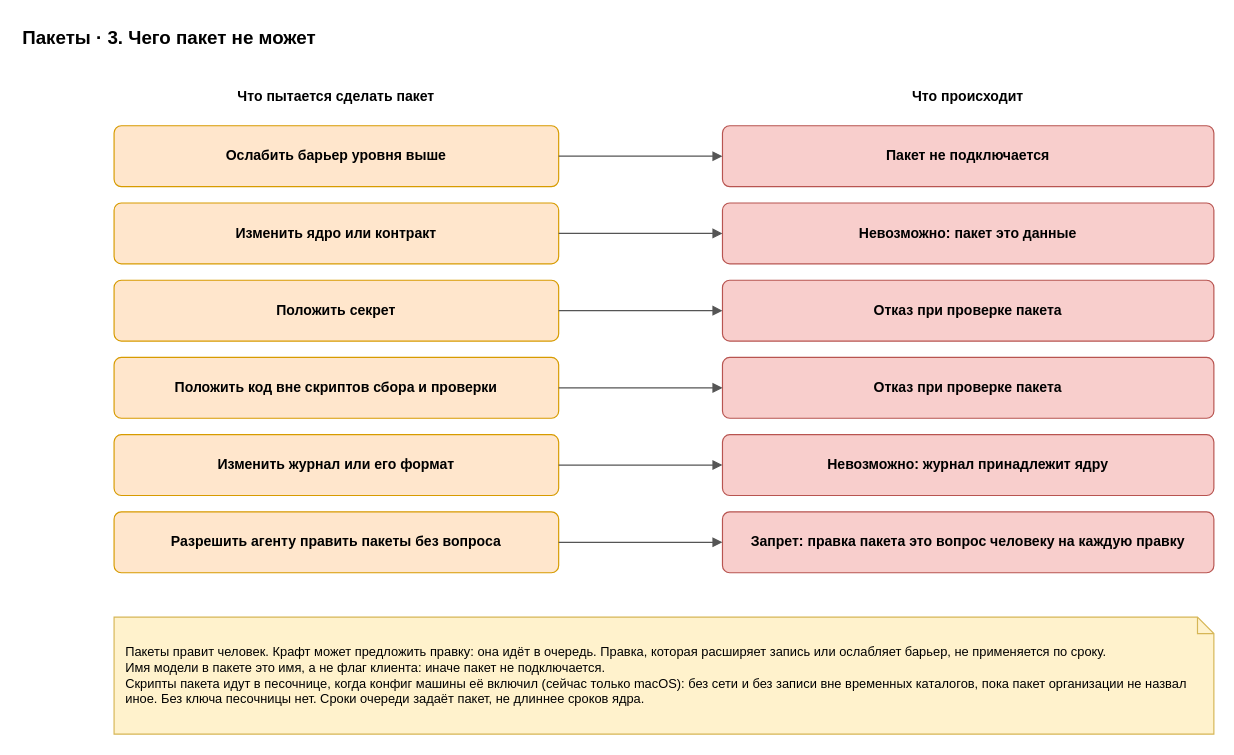
The draw.io diagram page "3. Границы" (3 of 5) of docs/spec/harness-packs.drawio in roygkov/reins, before the edit. Source tidied: cells renumbered, new cells numbered last; positions are measured from the earlier drawing's top-left corner, leaving out a move shared by most shapes. Both pictures are drawn from the tidied source at 117%, with x=0, y=0 at pixel (20, 20).
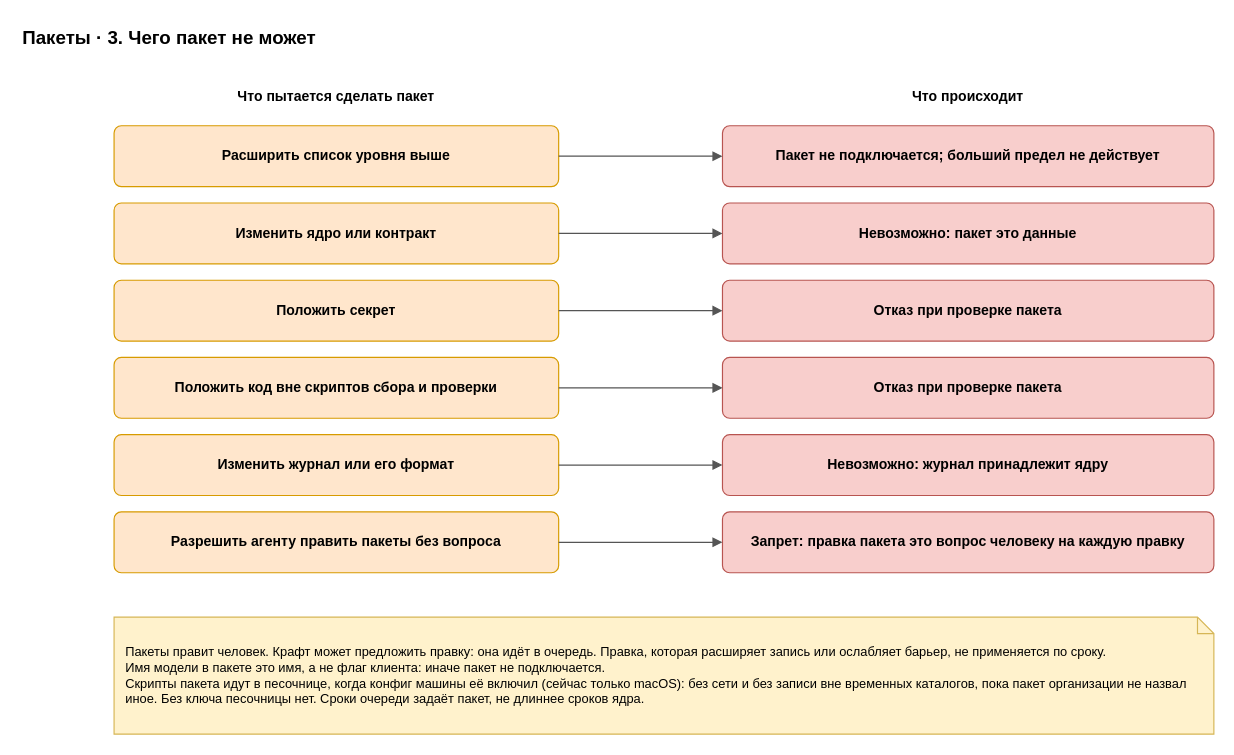
The same page after the edit.

What changed in the source:
```diff
@@
-    <mxCell id="5" value="&lt;b&gt;Ослабить барьер уровня выше&lt;/b&gt;" style="rounded=1;whiteSpace=wrap;html=1;fillColor=#ffe6cc;strokeColor=#d79b00;arcSize=12;" parent="1" vertex="1">
+    <mxCell id="5" value="&lt;b&gt;Расширить список уровня выше&lt;/b&gt;" style="rounded=1;whiteSpace=wrap;html=1;fillColor=#ffe6cc;strokeColor=#d79b00;arcSize=12;" parent="1" vertex="1">
       <mxGeometry x="80" y="90" width="380" height="52" as="geometry" />
     </mxCell>
-    <mxCell id="6" value="&lt;b&gt;Пакет не подключается&lt;/b&gt;" style="rounded=1;whiteSpace=wrap;html=1;fillColor=#f8cecc;strokeColor=#b85450;arcSize=12;" parent="1" vertex="1">
+    <mxCell id="6" value="&lt;b&gt;Пакет не подключается; больший предел не действует&lt;/b&gt;" style="rounded=1;whiteSpace=wrap;html=1;fillColor=#f8cecc;strokeColor=#b85450;arcSize=12;" parent="1" vertex="1">
       <mxGeometry x="600" y="90" width="420" height="52" as="geometry" />
     </mxCell>
```
